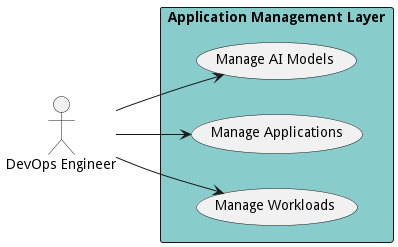
Before: docs/actors/devops/UseCase.png, a diagram exported from PlantUML (madajaju/edgemere).
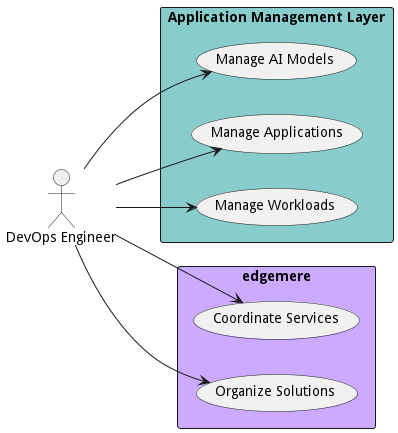
After the commit.

Diff of the diagram source:
```diff
@@ -16,5 +16,13 @@
 
 }
 
+rectangle "edgemere" as edgemere #ccaaff {
+        usecase "Coordinate Services" as CoordinateServices
+    DevOpsEngineer --> CoordinateServices
+    usecase "Organize Solutions" as OrganizeSolutions
+    DevOpsEngineer --> OrganizeSolutions
+
+}
+
 
 @enduml
```
